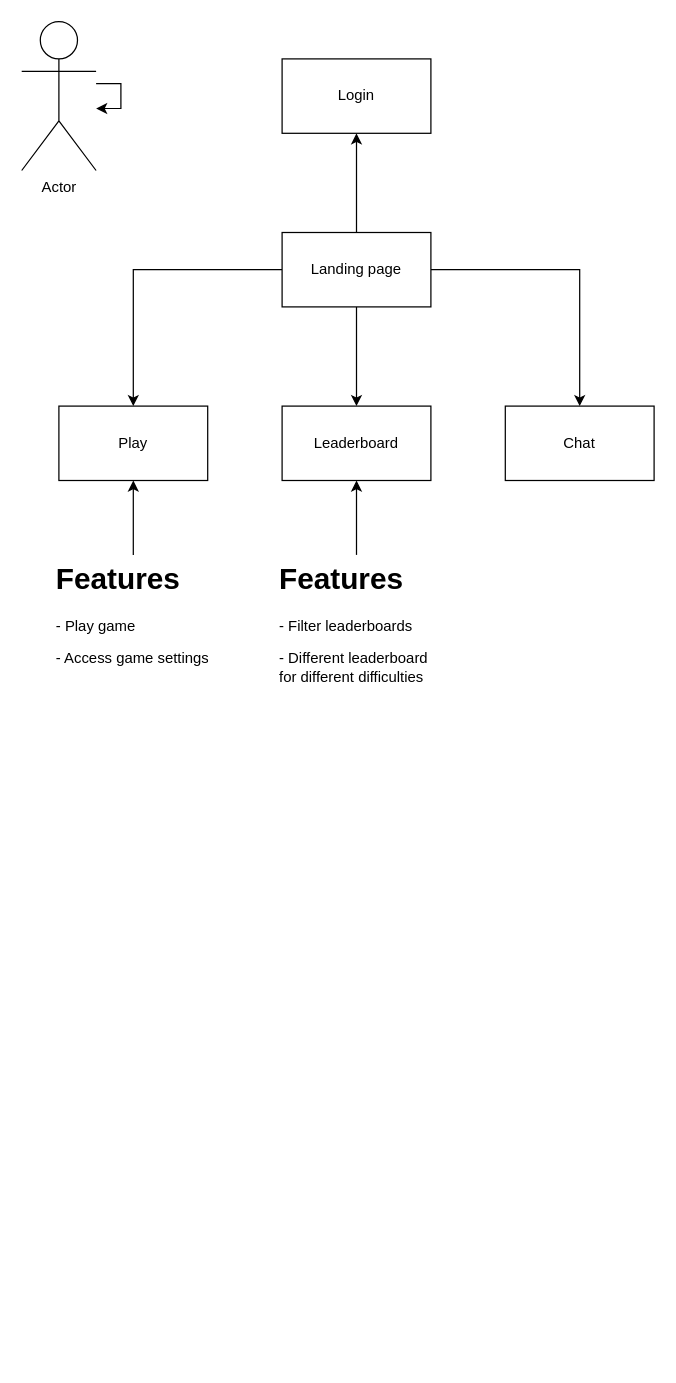
The draw.io diagram whac-a-messi/whac-a-messi.drawio in iMuhammad3/Frontend-Projects, before the edit. Source tidied: cells renumbered, new cells numbered last; positions are measured from the earlier drawing's top-left corner, leaving out a move shared by most shapes. Both pictures are drawn from the tidied source at 124%, with x=0, y=0 at pixel (21, 21).
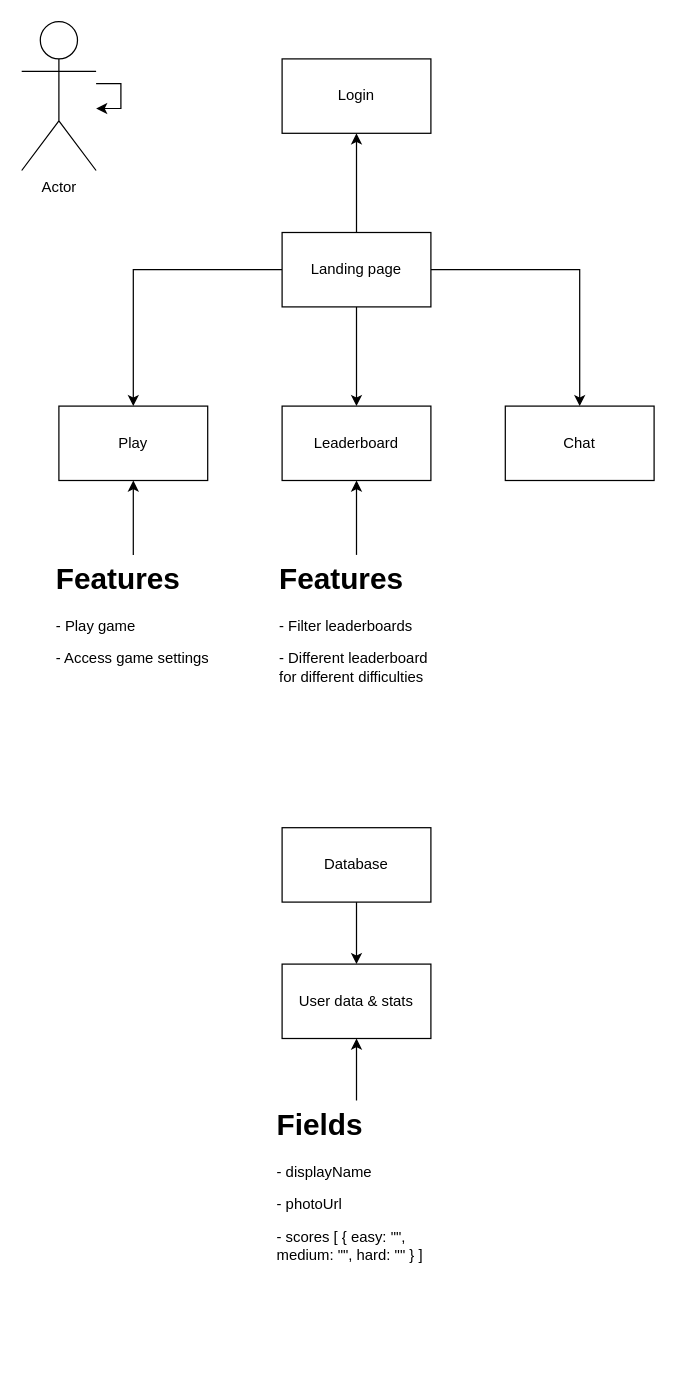
Above is the later version.

Diff of the diagram source:
```diff
@@
+    <mxCell id="17" style="edgeStyle=orthogonalEdgeStyle;rounded=0;jettySize=auto;html=1;" parent="1" edge="1" source="18" target="19">
+      <mxGeometry relative="1" as="geometry" />
+    </mxCell>
+    <mxCell id="18" value="Database" style="rounded=0;whiteSpace=wrap;html=1;" parent="1" vertex="1">
+      <mxGeometry x="210" y="650" width="120" height="60" as="geometry" />
+    </mxCell>
+    <mxCell id="19" value="User data &amp;amp; stats" style="rounded=0;whiteSpace=wrap;html=1;" parent="1" vertex="1">
+      <mxGeometry x="210" y="760" width="120" height="60" as="geometry" />
+    </mxCell>
+    <mxCell id="20" style="edgeStyle=orthogonalEdgeStyle;rounded=0;jettySize=auto;html=1;" parent="1" edge="1" source="21" target="19">
+      <mxGeometry relative="1" as="geometry" />
+    </mxCell>
+    <mxCell id="21" value="&lt;h1&gt;Fields&lt;/h1&gt;&lt;p&gt;- displayName&lt;/p&gt;&lt;p&gt;- photoUrl&lt;/p&gt;&lt;p&gt;- scores [ { easy: &quot;&quot;, medium: &quot;&quot;, hard: &quot;&quot; } ]&lt;/p&gt;&lt;p&gt;&lt;br&gt;&lt;/p&gt;" style="text;html=1;spacing=5;spacingTop=-20;whiteSpace=wrap;overflow=hidden;rounded=0;" parent="1" vertex="1">
+      <mxGeometry x="201.2" y="870" width="137.5" height="210" as="geometry" />
+    </mxCell>
```
